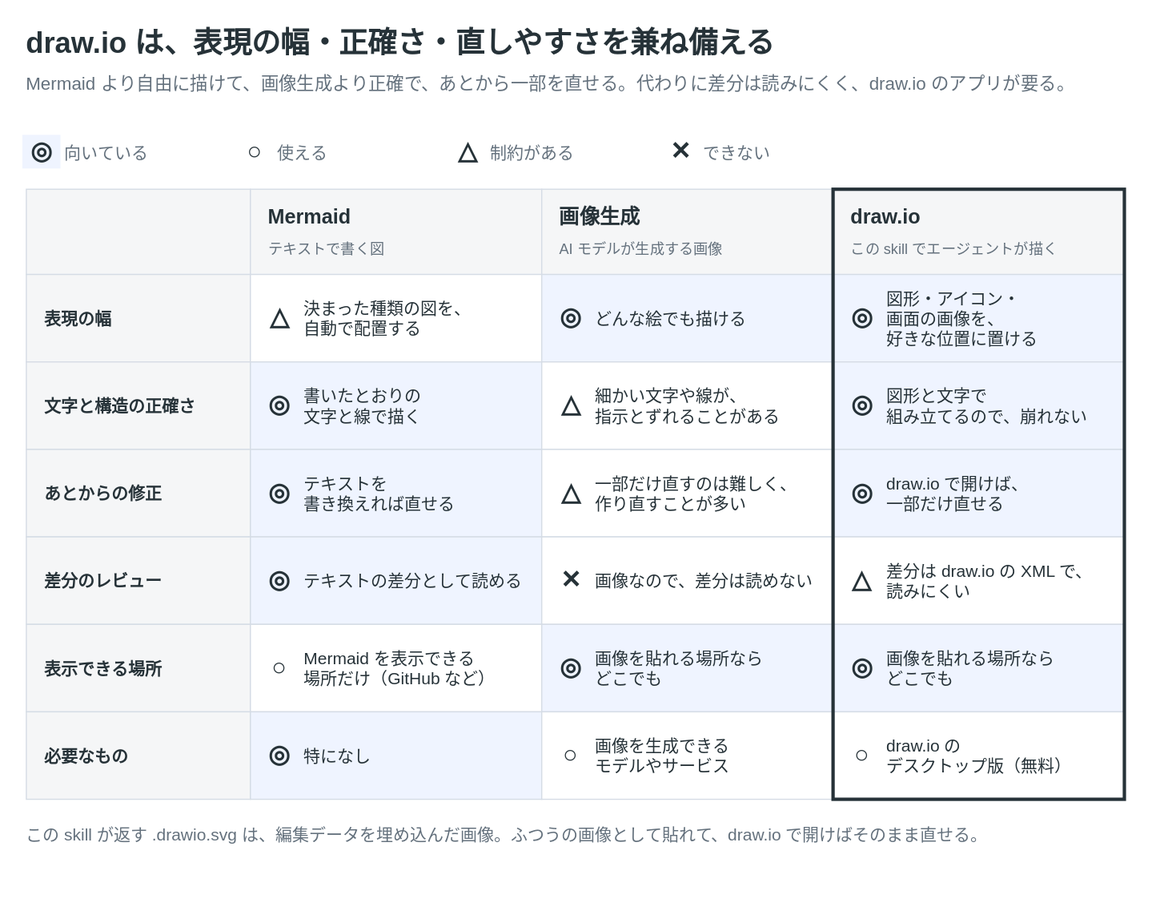
The draw.io diagram docs/why-drawio.ja.drawio.svg in nntto/explanatory-diagrams, before a commit. Source tidied: cells renumbered, new cells last; positions are measured from the earlier drawing's top-left corner, leaving out a move shared by most shapes.
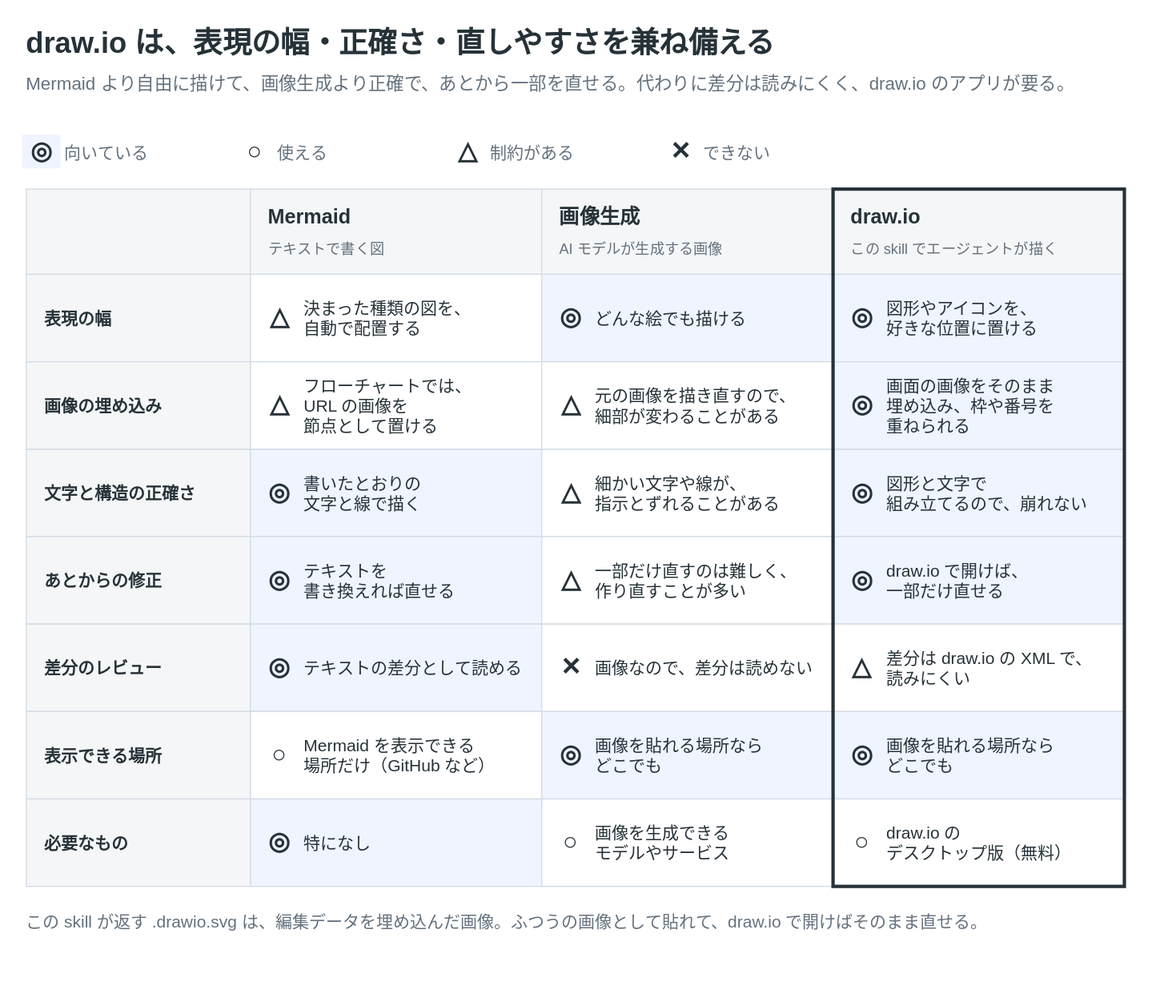
After the commit.

Commit message:
比較表の図に「画像の埋め込み」の行を足す（3 言語）

- 「表現の幅」の下に 1 行足し、下の行と注記を 1 行分下げた。draw.io の列を囲む枠も 1 行分のばした
- Mermaid は △：フローチャートでだけ、URL の画像を節点として置ける（v11.3.0 以降の image shape）。画像の上に枠や番号を重ねることはできない
- 画像生成は △：元の画像を描き直すので、細部が変わることがある
- draw.io は ◎：画面の画像をそのまま埋め込み、枠や番号を重ねられる
- 新しい行と重なるので、「表現の幅」の draw.io の欄から「画面の画像」を外した

Change to the diagram source:
```diff
@@ -3,100 +3,100 @@
     <mxCell id="0" />
     <mxCell id="1" parent="0" />
     <mxCell id="2" value="draw.io は、表現の幅・正確さ・直しやすさを兼ね備える" style="text;html=1;whiteSpace=wrap;fontFamily=Helvetica;fontSize=26;fontColor=#263238;align=left;verticalAlign=middle;spacing=0;fontStyle=1;" parent="1" vertex="1">
-      <mxGeometry x="3" width="980" height="36" as="geometry" />
+      <mxGeometry x="3" y="-78" width="980" height="36" as="geometry" />
     </mxCell>
     <mxCell id="3" value="Mermaid より自由に描けて、画像生成より正確で、あとから一部を直せる。代わりに差分は読みにくく、draw.io のアプリが要る。" style="text;html=1;whiteSpace=wrap;fontFamily=Helvetica;fontSize=16;fontColor=#64717d;align=left;verticalAlign=top;spacing=0;" parent="1" vertex="1">
-      <mxGeometry x="3" y="40" width="980" height="44" as="geometry" />
+      <mxGeometry x="3" y="-38" width="980" height="44" as="geometry" />
     </mxCell>
     <mxCell id="4" style="rounded=0;html=1;fillColor=#eff4ff;strokeColor=none;" parent="1" vertex="1">
-      <mxGeometry y="100" width="34" height="30" as="geometry" />
+      <mxGeometry y="22" width="34" height="30" as="geometry" />
     </mxCell>
     <mxCell id="5" value="◎" style="text;html=1;whiteSpace=wrap;fontFamily=Helvetica;fontSize=22;fontColor=#263238;align=center;verticalAlign=middle;spacing=0;fontStyle=1;" parent="1" vertex="1">
-      <mxGeometry x="3" y="102" width="28" height="26" as="geometry" />
+      <mxGeometry x="3" y="24" width="28" height="26" as="geometry" />
     </mxCell>
     <mxCell id="6" value="向いている" style="text;html=1;whiteSpace=wrap;fontFamily=Helvetica;fontSize=15;fontColor=#64717d;align=left;verticalAlign=middle;spacing=0;" parent="1" vertex="1">
-      <mxGeometry x="37" y="102" width="150" height="26" as="geometry" />
+      <mxGeometry x="37" y="24" width="150" height="26" as="geometry" />
     </mxCell>
     <mxCell id="7" value="○" style="text;html=1;whiteSpace=wrap;fontFamily=Helvetica;fontSize=22;fontColor=#263238;align=center;verticalAlign=middle;spacing=0;fontStyle=1;" parent="1" vertex="1">
-      <mxGeometry x="193" y="102" width="28" height="26" as="geometry" />
+      <mxGeometry x="193" y="24" width="28" height="26" as="geometry" />
     </mxCell>
     <mxCell id="8" value="使える" style="text;html=1;whiteSpace=wrap;fontFamily=Helvetica;fontSize=15;fontColor=#64717d;align=left;verticalAlign=middle;spacing=0;" parent="1" vertex="1">
-      <mxGeometry x="227" y="102" width="150" height="26" as="geometry" />
+      <mxGeometry x="227" y="24" width="150" height="26" as="geometry" />
     </mxCell>
     <mxCell id="9" value="△" style="text;html=1;whiteSpace=wrap;fontFamily=Helvetica;fontSize=22;fontColor=#263238;align=center;verticalAlign=middle;spacing=0;fontStyle=1;" parent="1" vertex="1">
-      <mxGeometry x="383" y="102" width="28" height="26" as="geometry" />
+      <mxGeometry x="383" y="24" width="28" height="26" as="geometry" />
     </mxCell>
     <mxCell id="10" value="制約がある" style="text;html=1;whiteSpace=wrap;fontFamily=Helvetica;fontSize=15;fontColor=#64717d;align=left;verticalAlign=middle;spacing=0;" parent="1" vertex="1">
-      <mxGeometry x="417" y="102" width="150" height="26" as="geometry" />
+      <mxGeometry x="417" y="24" width="150" height="26" as="geometry" />
     </mxCell>
     <mxCell id="11" value="✕" style="text;html=1;whiteSpace=wrap;fontFamily=Helvetica;fontSize=22;fontColor=#263238;align=center;verticalAlign=middle;spacing=0;fontStyle=1;" parent="1" vertex="1">
-      <mxGeometry x="573" y="102" width="28" height="26" as="geometry" />
+      <mxGeometry x="573" y="24" width="28" height="26" as="geometry" />
     </mxCell>
     <mxCell id="12" value="できない" style="text;html=1;whiteSpace=wrap;fontFamily=Helvetica;fontSize=15;fontColor=#64717d;align=left;verticalAlign=middle;spacing=0;" parent="1" vertex="1">
-      <mxGeometry x="607" y="102" width="150" height="26" as="geometry" />
+      <mxGeometry x="607" y="24" width="150" height="26" as="geometry" />
     </mxCell>
     <mxCell id="13" style="rounded=0;html=1;fillColor=#f5f6f7;strokeColor=#D5DCE5;strokeWidth=1;" parent="1" vertex="1">
-      <mxGeometry x="3" y="148" width="200" height="76" as="geometry" />
+      <mxGeometry x="3" y="70" width="200" height="76" as="geometry" />
     </mxCell>
     <mxCell id="14" style="rounded=0;html=1;fillColor=#f5f6f7;strokeColor=#D5DCE5;strokeWidth=1;" parent="1" vertex="1">
-      <mxGeometry x="203" y="148" width="260" height="76" as="geometry" />
+      <mxGeometry x="203" y="70" width="260" height="76" as="geometry" />
     </mxCell>
     <mxCell id="15" value="Mermaid" style="text;html=1;whiteSpace=wrap;fontFamily=Helvetica;fontSize=18;fontColor=#263238;align=left;verticalAlign=middle;spacing=0;fontStyle=1;" parent="1" vertex="1">
-      <mxGeometry x="219" y="160" width="228" height="26" as="geometry" />
+      <mxGeometry x="219" y="82" width="228" height="26" as="geometry" />
     </mxCell>
     <mxCell id="16" value="テキストで書く図" style="text;html=1;whiteSpace=wrap;fontFamily=Helvetica;fontSize=13;fontColor=#64717d;align=left;verticalAlign=middle;spacing=0;" parent="1" vertex="1">
-      <mxGeometry x="219" y="190" width="228" height="22" as="geometry" />
+      <mxGeometry x="219" y="112" width="228" height="22" as="geometry" />
     </mxCell>
     <mxCell id="17" style="rounded=0;html=1;fillColor=#f5f6f7;strokeColor=#D5DCE5;strokeWidth=1;" parent="1" vertex="1">
-      <mxGeometry x="463" y="148" width="260" height="76" as="geometry" />
+      <mxGeometry x="463" y="70" width="260" height="76" as="geometry" />
     </mxCell>
     <mxCell id="18" value="画像生成" style="text;html=1;whiteSpace=wrap;fontFamily=Helvetica;fontSize=18;fontColor=#263238;align=left;verticalAlign=middle;spacing=0;fontStyle=1;" parent="1" vertex="1">
-      <mxGeometry x="479" y="160" width="228" height="26" as="geometry" />
+      <mxGeometry x="479" y="82" width="228" height="26" as="geometry" />
     </mxCell>
     <mxCell id="19" value="AI モデルが生成する画像" style="text;html=1;whiteSpace=wrap;fontFamily=Helvetica;fontSize=13;fontColor=#64717d;align=left;verticalAlign=middle;spacing=0;" parent="1" vertex="1">
-      <mxGeometry x="479" y="190" width="228" height="22" as="geometry" />
+      <mxGeometry x="479" y="112" width="228" height="22" as="geometry" />
     </mxCell>
     <mxCell id="20" style="rounded=0;html=1;fillColor=#f5f6f7;strokeColor=#D5DCE5;strokeWidth=1;" parent="1" vertex="1">
-      <mxGeometry x="723" y="148" width="260" height="76" as="geometry" />
+      <mxGeometry x="723" y="70" width="260" height="76" as="geometry" />
     </mxCell>
     <mxCell id="21" value="draw.io" style="text;html=1;whiteSpace=wrap;fontFamily=Helvetica;fontSize=18;fontColor=#263238;align=left;verticalAlign=middle;spacing=0;fontStyle=1;" parent="1" vertex="1">
-      <mxGeometry x="739" y="160" width="228" height="26" as="geometry" />
+      <mxGeometry x="739" y="82" width="228" height="26" as="geometry" />
     </mxCell>
     <mxCell id="22" value="この skill でエージェントが描く" style="text;html=1;whiteSpace=wrap;fontFamily=Helvetica;fontSize=13;fontColor=#64717d;align=left;verticalAlign=middle;spacing=0;" parent="1" vertex="1">
-      <mxGeometry x="739" y="190" width="228" height="22" as="geometry" />
+      <mxGeometry x="739" y="112" width="228" height="22" as="geometry" />
     </mxCell>
     <mxCell id="23" style="rounded=0;html=1;fillColor=#f5f6f7;strokeColor=#D5DCE5;strokeWidth=1;" parent="1" vertex="1">
-      <mxGeometry x="3" y="224" width="200" height="78" as="geometry" />
+      <mxGeometry x="3" y="146" width="200" height="78" as="geometry" />
     </mxCell>
     <mxCell id="24" value="表現の幅" style="text;html=1;whiteSpace=wrap;fontFamily=Helvetica;fontSize=15;fontColor=#263238;align=left;verticalAlign=middle;spacing=0;fontStyle=1;" parent="1" vertex="1">
-      <mxGeometry x="19" y="224" width="172" height="78" as="geometry" />
+      <mxGeometry x="19" y="146" width="172" height="78" as="geometry" />
     </mxCell>
     <mxCell id="25" style="rounded=0;html=1;fillColor=#ffffff;strokeColor=#D5DCE5;strokeWidth=1;" parent="1" vertex="1">
-      <mxGeometry x="203" y="224" width="260" height="78" as="geometry" />
+      <mxGeometry x="203" y="146" width="260" height="78" as="geometry" />
     </mxCell>
     <mxCell id="26" value="△" style="text;html=1;whiteSpace=wrap;fontFamily=Helvetica;fontSize=22;fontColor=#263238;align=center;verticalAlign=middle;spacing=0;fontStyle=1;" parent="1" vertex="1">
-      <mxGeometry x="215" y="224" width="28" height="78" as="geometry" />
+      <mxGeometry x="215" y="146" width="28" height="78" as="geometry" />
     </mxCell>
     <mxCell id="27" value="決まった種類の図を、&lt;br&gt;自動で配置する" style="text;html=1;whiteSpace=wrap;fontFamily=Helvetica;fontSize=15;fontColor=#263238;align=left;verticalAlign=middle;spacing=0;" parent="1" vertex="1">
-      <mxGeometry x="251" y="230" width="200" height="66" as="geometry" />
+      <mxGeometry x="251" y="152" width="200" height="66" as="geometry" />
     </mxCell>
     <mxCell id="28" style="rounded=0;html=1;fillColor=#eff4ff;strokeColor=#D5DCE5;strokeWidth=1;" parent="1" vertex="1">
-      <mxGeometry x="463" y="224" width="260" height="78" as="geometry" />
+      <mxGeometry x="463" y="146" width="260" height="78" as="geometry" />
     </mxCell>
     <mxCell id="29" value="◎" style="text;html=1;whiteSpace=wrap;fontFamily=Helvetica;fontSize=22;fontColor=#263238;align=center;verticalAlign=middle;spacing=0;fontStyle=1;" parent="1" vertex="1">
-      <mxGeometry x="475" y="224" width="28" height="78" as="geometry" />
+      <mxGeometry x="475" y="146" width="28" height="78" as="geometry" />
     </mxCell>
     <mxCell id="30" value="どんな絵でも描ける" style="text;html=1;whiteSpace=wrap;fontFamily=Helvetica;fontSize=15;fontColor=#263238;align=left;verticalAlign=middle;spacing=0;" parent="1" vertex="1">
-      <mxGeometry x="511" y="230" width="200" height="66" as="geometry" />
+      <mxGeometry x="511" y="152" width="200" height="66" as="geometry" />
     </mxCell>
     <mxCell id="31" style="rounded=0;html=1;fillColor=#eff4ff;strokeColor=#D5DCE5;strokeWidth=1;" parent="1" vertex="1">
-      <mxGeometry x="723" y="224" width="260" height="78" as="geometry" />
+      <mxGeometry x="723" y="146" width="260" height="78" as="geometry" />
     </mxCell>
     <mxCell id="32" value="◎" style="text;html=1;whiteSpace=wrap;fontFamily=Helvetica;fontSize=22;fontColor=#263238;align=center;verticalAlign=middle;spacing=0;fontStyle=1;" parent="1" vertex="1">
-      <mxGeometry x="735" y="224" width="28" height="78" as="geometry" />
+      <mxGeometry x="735" y="146" width="28" height="78" as="geometry" />
     </mxCell>
-    <mxCell id="33" value="図形・アイコン・&lt;br&gt;画面の画像を、&lt;br&gt;好きな位置に置ける" style="text;html=1;whiteSpace=wrap;fontFamily=Helvetica;fontSize=15;fontColor=#263238;align=left;verticalAlign=middle;spacing=0;" parent="1" vertex="1">
-      <mxGeometry x="771" y="230" width="200" height="66" as="geometry" />
+    <mxCell id="33" value="図形やアイコンを、&lt;br&gt;好きな位置に置ける" style="text;html=1;whiteSpace=wrap;fontFamily=Helvetica;fontSize=15;fontColor=#263238;align=left;verticalAlign=middle;spacing=0;" parent="1" vertex="1">
+      <mxGeometry x="771" y="152" width="200" height="66" as="geometry" />
     </mxCell>
     <mxCell id="34" style="rounded=0;html=1;fillColor=#f5f6f7;strokeColor=#D5DCE5;strokeWidth=1;" parent="1" vertex="1">
       <mxGeometry x="3" y="302" width="200" height="78" as="geometry" />
@@ -263,8 +263,41 @@
     <mxCell id="88" value="draw.io の&lt;br&gt;デスクトップ版（無料）" style="text;html=1;whiteSpace=wrap;fontFamily=Helvetica;fontSize=15;fontColor=#263238;align=left;verticalAlign=middle;spacing=0;" parent="1" vertex="1">
       <mxGeometry x="771" y="620" width="200" height="66" as="geometry" />
     </mxCell>
+    <mxCell id="91" style="rounded=0;html=1;fillColor=#f5f6f7;strokeColor=#D5DCE5;strokeWidth=1;" parent="1" vertex="1">
+      <mxGeometry x="3" y="224" width="200" height="78" as="geometry" />
+    </mxCell>
+    <mxCell id="92" value="画像の埋め込み" style="text;html=1;whiteSpace=wrap;fontFamily=Helvetica;fontSize=15;fontColor=#263238;align=left;verticalAlign=middle;spacing=0;fontStyle=1;" parent="1" vertex="1">
+      <mxGeometry x="19" y="224" width="172" height="78" as="geometry" />
+    </mxCell>
+    <mxCell id="93" style="rounded=0;html=1;fillColor=#ffffff;strokeColor=#D5DCE5;strokeWidth=1;" parent="1" vertex="1">
+      <mxGeometry x="203" y="224" width="260" height="78" as="geometry" />
+    </mxCell>
+    <mxCell id="94" value="△" style="text;html=1;whiteSpace=wrap;fontFamily=Helvetica;fontSize=22;fontColor=#263238;align=center;verticalAlign=middle;spacing=0;fontStyle=1;" parent="1" vertex="1">
+      <mxGeometry x="215" y="224" width="28" height="78" as="geometry" />
+    </mxCell>
+    <mxCell id="95" value="フローチャートでは、&lt;br&gt;URL の画像を&lt;br&gt;節点として置ける" style="text;html=1;whiteSpace=wrap;fontFamily=Helvetica;fontSize=15;fontColor=#263238;align=left;verticalAlign=middle;spacing=0;" parent="1" vertex="1">
+      <mxGeometry x="251" y="230" width="200" height="66" as="geometry" />
+    </mxCell>
+    <mxCell id="96" style="rounded=0;html=1;fillColor=#ffffff;strokeColor=#D5DCE5;strokeWidth=1;" parent="1" vertex="1">
+      <mxGeometry x="463" y="224" width="260" height="78" as="geometry" />
+    </mxCell>
+    <mxCell id="97" value="△" style="text;html=1;whiteSpace=wrap;fontFamily=Helvetica;fontSize=22;fontColor=#263238;align=center;verticalAlign=middle;spacing=0;fontStyle=1;" parent="1" vertex="1">
+      <mxGeometry x="475" y="224" width="28" height="78" as="geometry" />
+    </mxCell>
+    <mxCell id="98" value="元の画像を描き直すので、&lt;br&gt;細部が変わることがある" style="text;html=1;whiteSpace=wrap;fontFamily=Helvetica;fontSize=15;fontColor=#263238;align=left;verticalAlign=middle;spacing=0;" parent="1" vertex="1">
+      <mxGeometry x="511" y="230" width="200" height="66" as="geometry" />
+    </mxCell>
+    <mxCell id="99" style="rounded=0;html=1;fillColor=#eff4ff;strokeColor=#D5DCE5;strokeWidth=1;" parent="1" vertex="1">
+      <mxGeometry x="723" y="224" width="260" height="78" as="geometry" />
+    </mxCell>
+    <mxCell id="100" value="◎" style="text;html=1;whiteSpace=wrap;fontFamily=Helvetica;fontSize=22;fontColor=#263238;align=center;verticalAlign=middle;spacing=0;fontStyle=1;" parent="1" vertex="1">
+      <mxGeometry x="735" y="224" width="28" height="78" as="geometry" />
+    </mxCell>
+    <mxCell id="101" value="画面の画像をそのまま&lt;br&gt;埋め込み、枠や番号を&lt;br&gt;重ねられる" style="text;html=1;whiteSpace=wrap;fontFamily=Helvetica;fontSize=15;fontColor=#263238;align=left;verticalAlign=middle;spacing=0;" parent="1" vertex="1">
+      <mxGeometry x="771" y="230" width="200" height="66" as="geometry" />
+    </mxCell>
     <mxCell id="89" style="rounded=0;html=1;fillColor=none;strokeColor=#263238;strokeWidth=3;" parent="1" vertex="1">
-      <mxGeometry x="723" y="148" width="260" height="544" as="geometry" />
+      <mxGeometry x="723" y="70" width="260" height="622" as="geometry" />
     </mxCell>
     <mxCell id="90" value="この skill が返す .drawio.svg は、編集データを埋め込んだ画像。ふつうの画像として貼れて、draw.io で開けばそのまま直せる。" style="text;html=1;whiteSpace=wrap;fontFamily=Helvetica;fontSize=15;fontColor=#64717d;align=left;verticalAlign=top;spacing=0;" parent="1" vertex="1">
       <mxGeometry x="3" y="710" width="980" height="48" as="geometry" />
```
